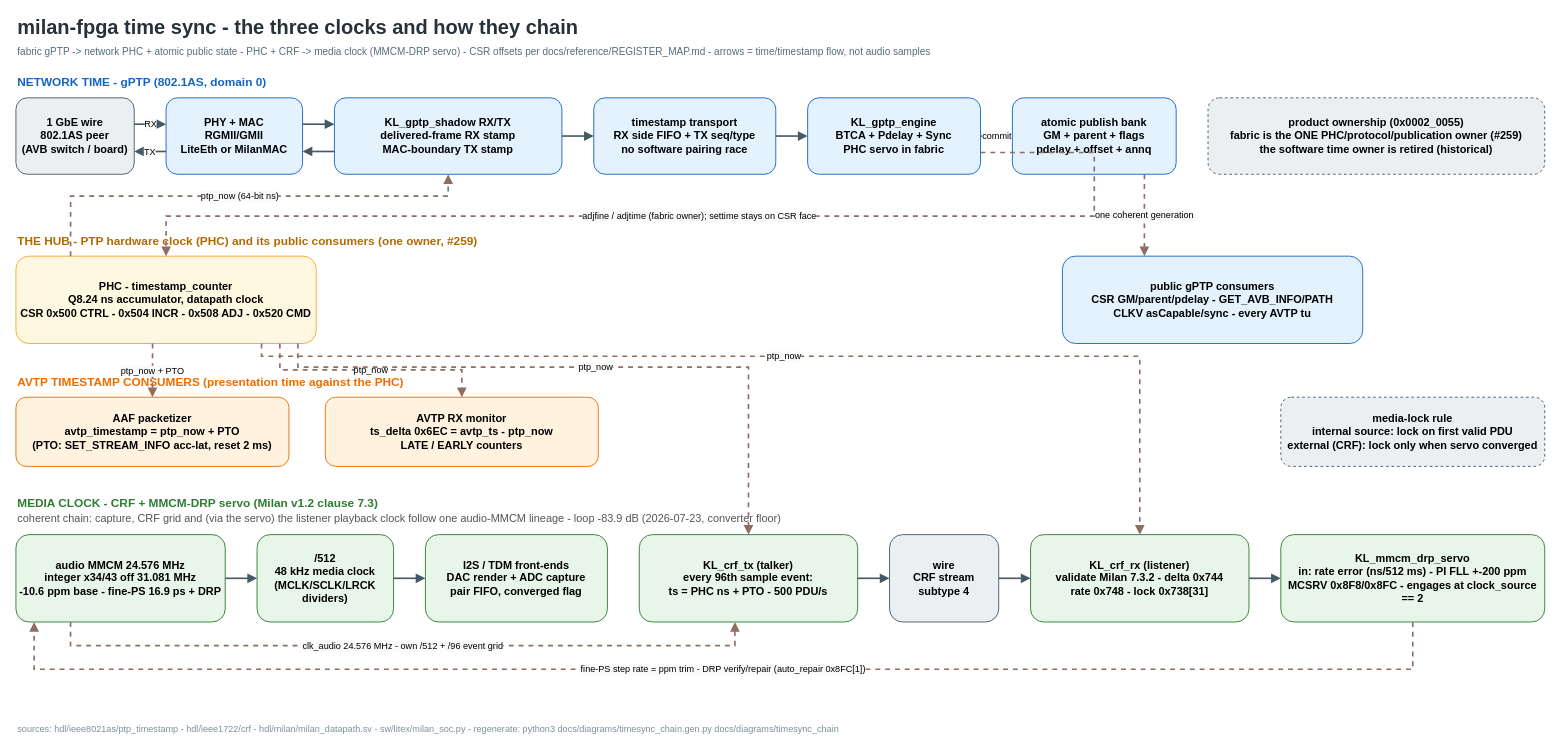
The draw.io diagram docs/diagrams/timesync_chain.drawio in kebag-logic/milan-fpga, before the edit. Source tidied: cells renumbered, new cells numbered last; positions are measured from the earlier drawing's top-left corner, leaving out a move shared by most shapes. Both pictures are drawn from the tidied source at 91%, with x=0, y=0 at pixel (15, 17).
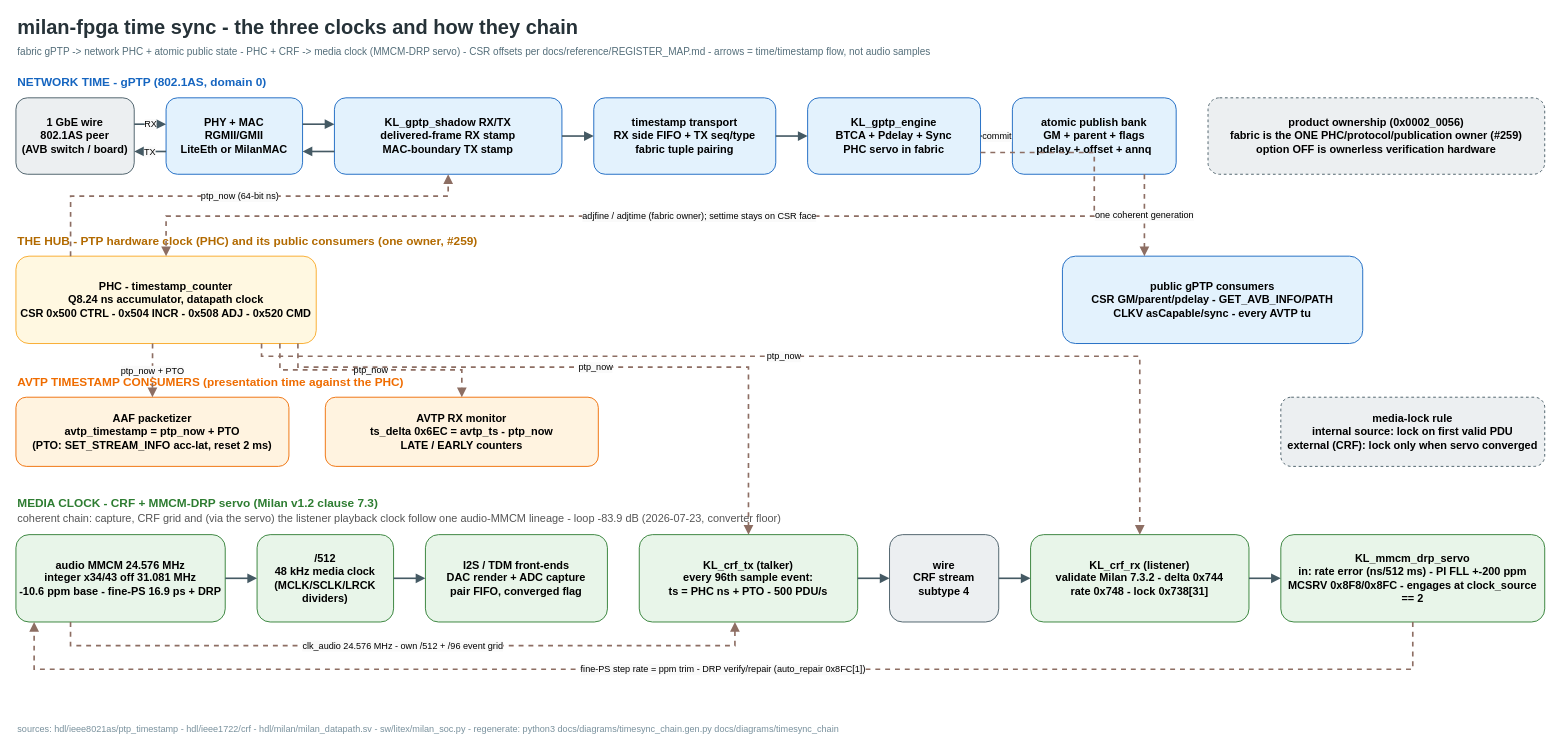
The same page after the edit.

What changed in the source:
```diff
@@
-    <mxCell id="5" value="timestamp transport&#10;RX side FIFO + TX seq/type&#10;no software pairing race" style="rounded=1;whiteSpace=wrap;html=1;fillColor=#E3F2FD;strokeColor=#1565C0;fontSize=12;align=center;verticalAlign=middle;fontStyle=1;" parent="1" vertex="1">
+    <mxCell id="5" value="timestamp transport&#10;RX side FIFO + TX seq/type&#10;fabric tuple pairing" style="rounded=1;whiteSpace=wrap;html=1;fillColor=#E3F2FD;strokeColor=#1565C0;fontSize=12;align=center;verticalAlign=middle;fontStyle=1;" parent="1" vertex="1">
       <mxGeometry x="635" y="88" width="200" height="84" as="geometry" />
     </mxCell>
@@
-    <mxCell id="8" value="product ownership (0x0002_0055)&#10;fabric is the ONE PHC/protocol/publication owner (#259)&#10;the software time owner is retired (historical)" style="rounded=1;whiteSpace=wrap;html=1;fillColor=#ECEFF1;strokeColor=#455A64;fontSize=12;align=center;verticalAlign=middle;dashed=1;fontStyle=1;" parent="1" vertex="1">
+    <mxCell id="8" value="product ownership (0x0002_0056)&#10;fabric is the ONE PHC/protocol/publication owner (#259)&#10;option OFF is ownerless verification hardware" style="rounded=1;whiteSpace=wrap;html=1;fillColor=#ECEFF1;strokeColor=#455A64;fontSize=12;align=center;verticalAlign=middle;dashed=1;fontStyle=1;" parent="1" vertex="1">
       <mxGeometry x="1310" y="88" width="370" height="84" as="geometry" />
     </mxCell>
```
